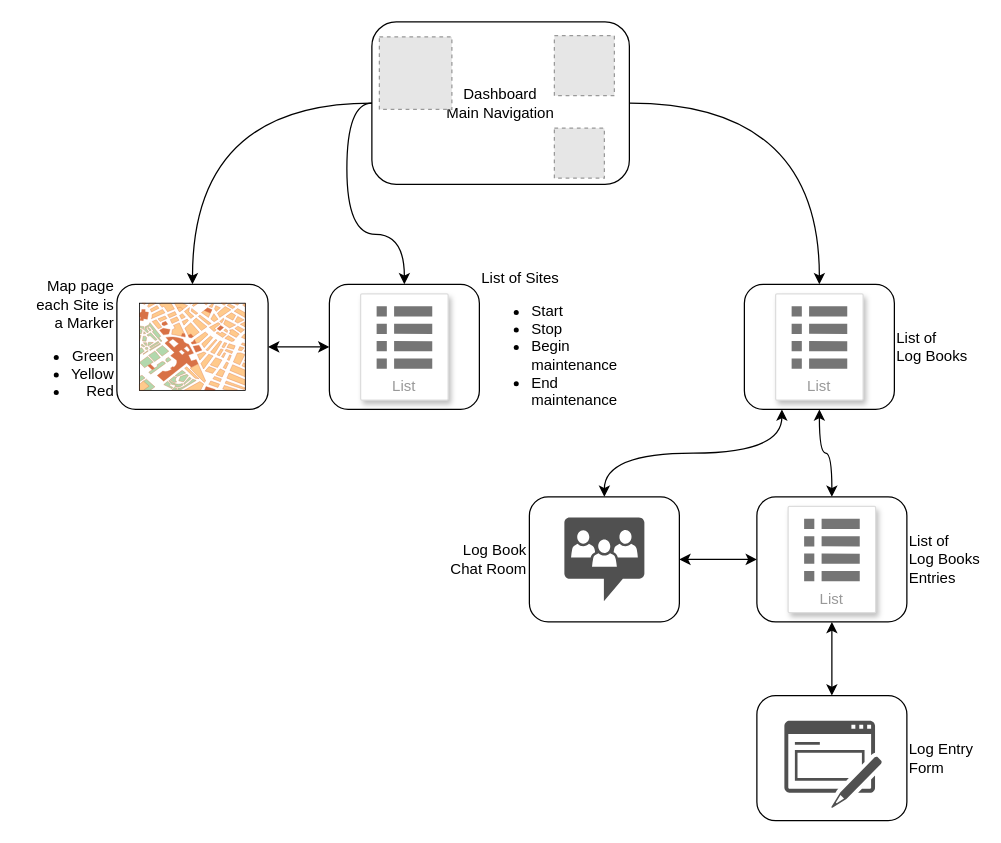
evliatsas/metis keeps this draw.io diagram as documentation/UI_Layout.drawio. Above is the earlier version. Source tidied: cells renumbered, new cells numbered last; positions are measured from the earlier drawing's top-left corner, leaving out a move shared by most shapes. Both pictures are drawn from the tidied source at 125%, with x=0, y=0 at pixel (116, 21). Pictures stored in the file or linked from it are replaced by grey dashed boxes.
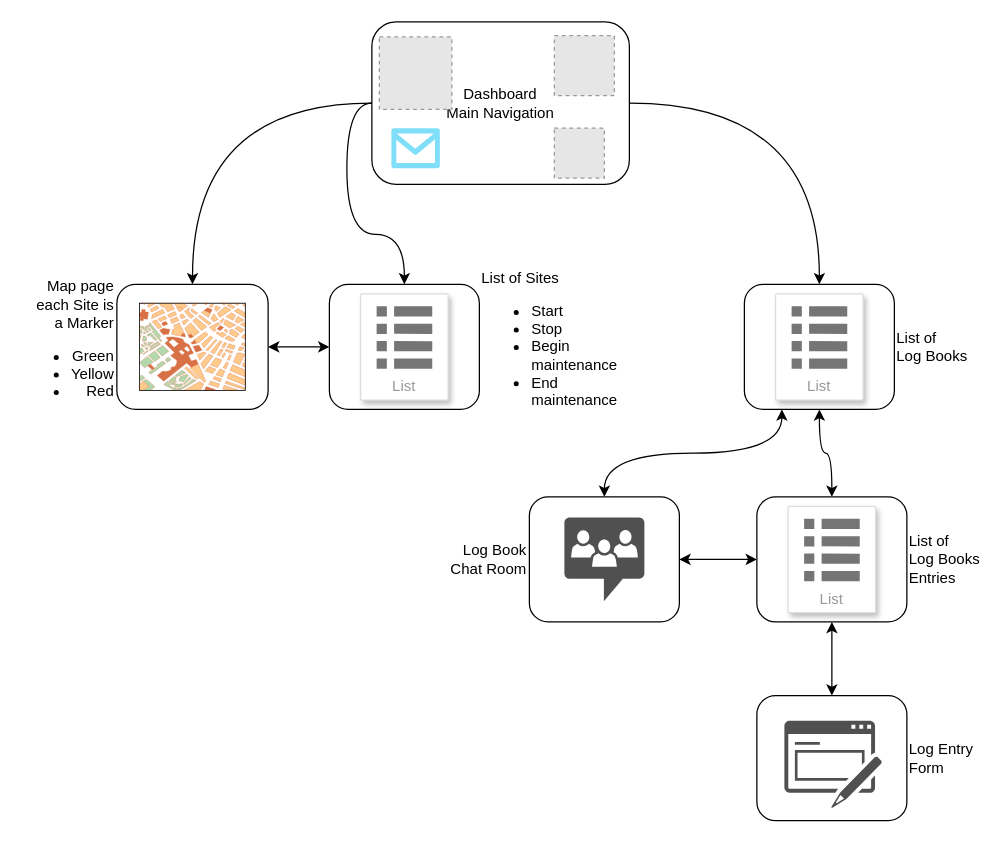
Above is the later version.

Unchanged cells that the change refers to:
```xml
<mxCell id="6" style="group;" parent="1" vertex="1">
  <mxGeometry x="204" width="206" height="130" as="geometry" />
</mxCell>
```

What changed in the source:
```diff
@@
+    <mxCell id="30" style="verticalLabelPosition=bottom;html=1;verticalAlign=top;align=center;strokeColor=none;fillColor=#00BEF2;shape=mxgraph.azure.message;fontSize=12;" parent="6" vertex="1">
+      <mxGeometry x="15.5" y="85" width="39" height="32" as="geometry" />
+    </mxCell>
```
